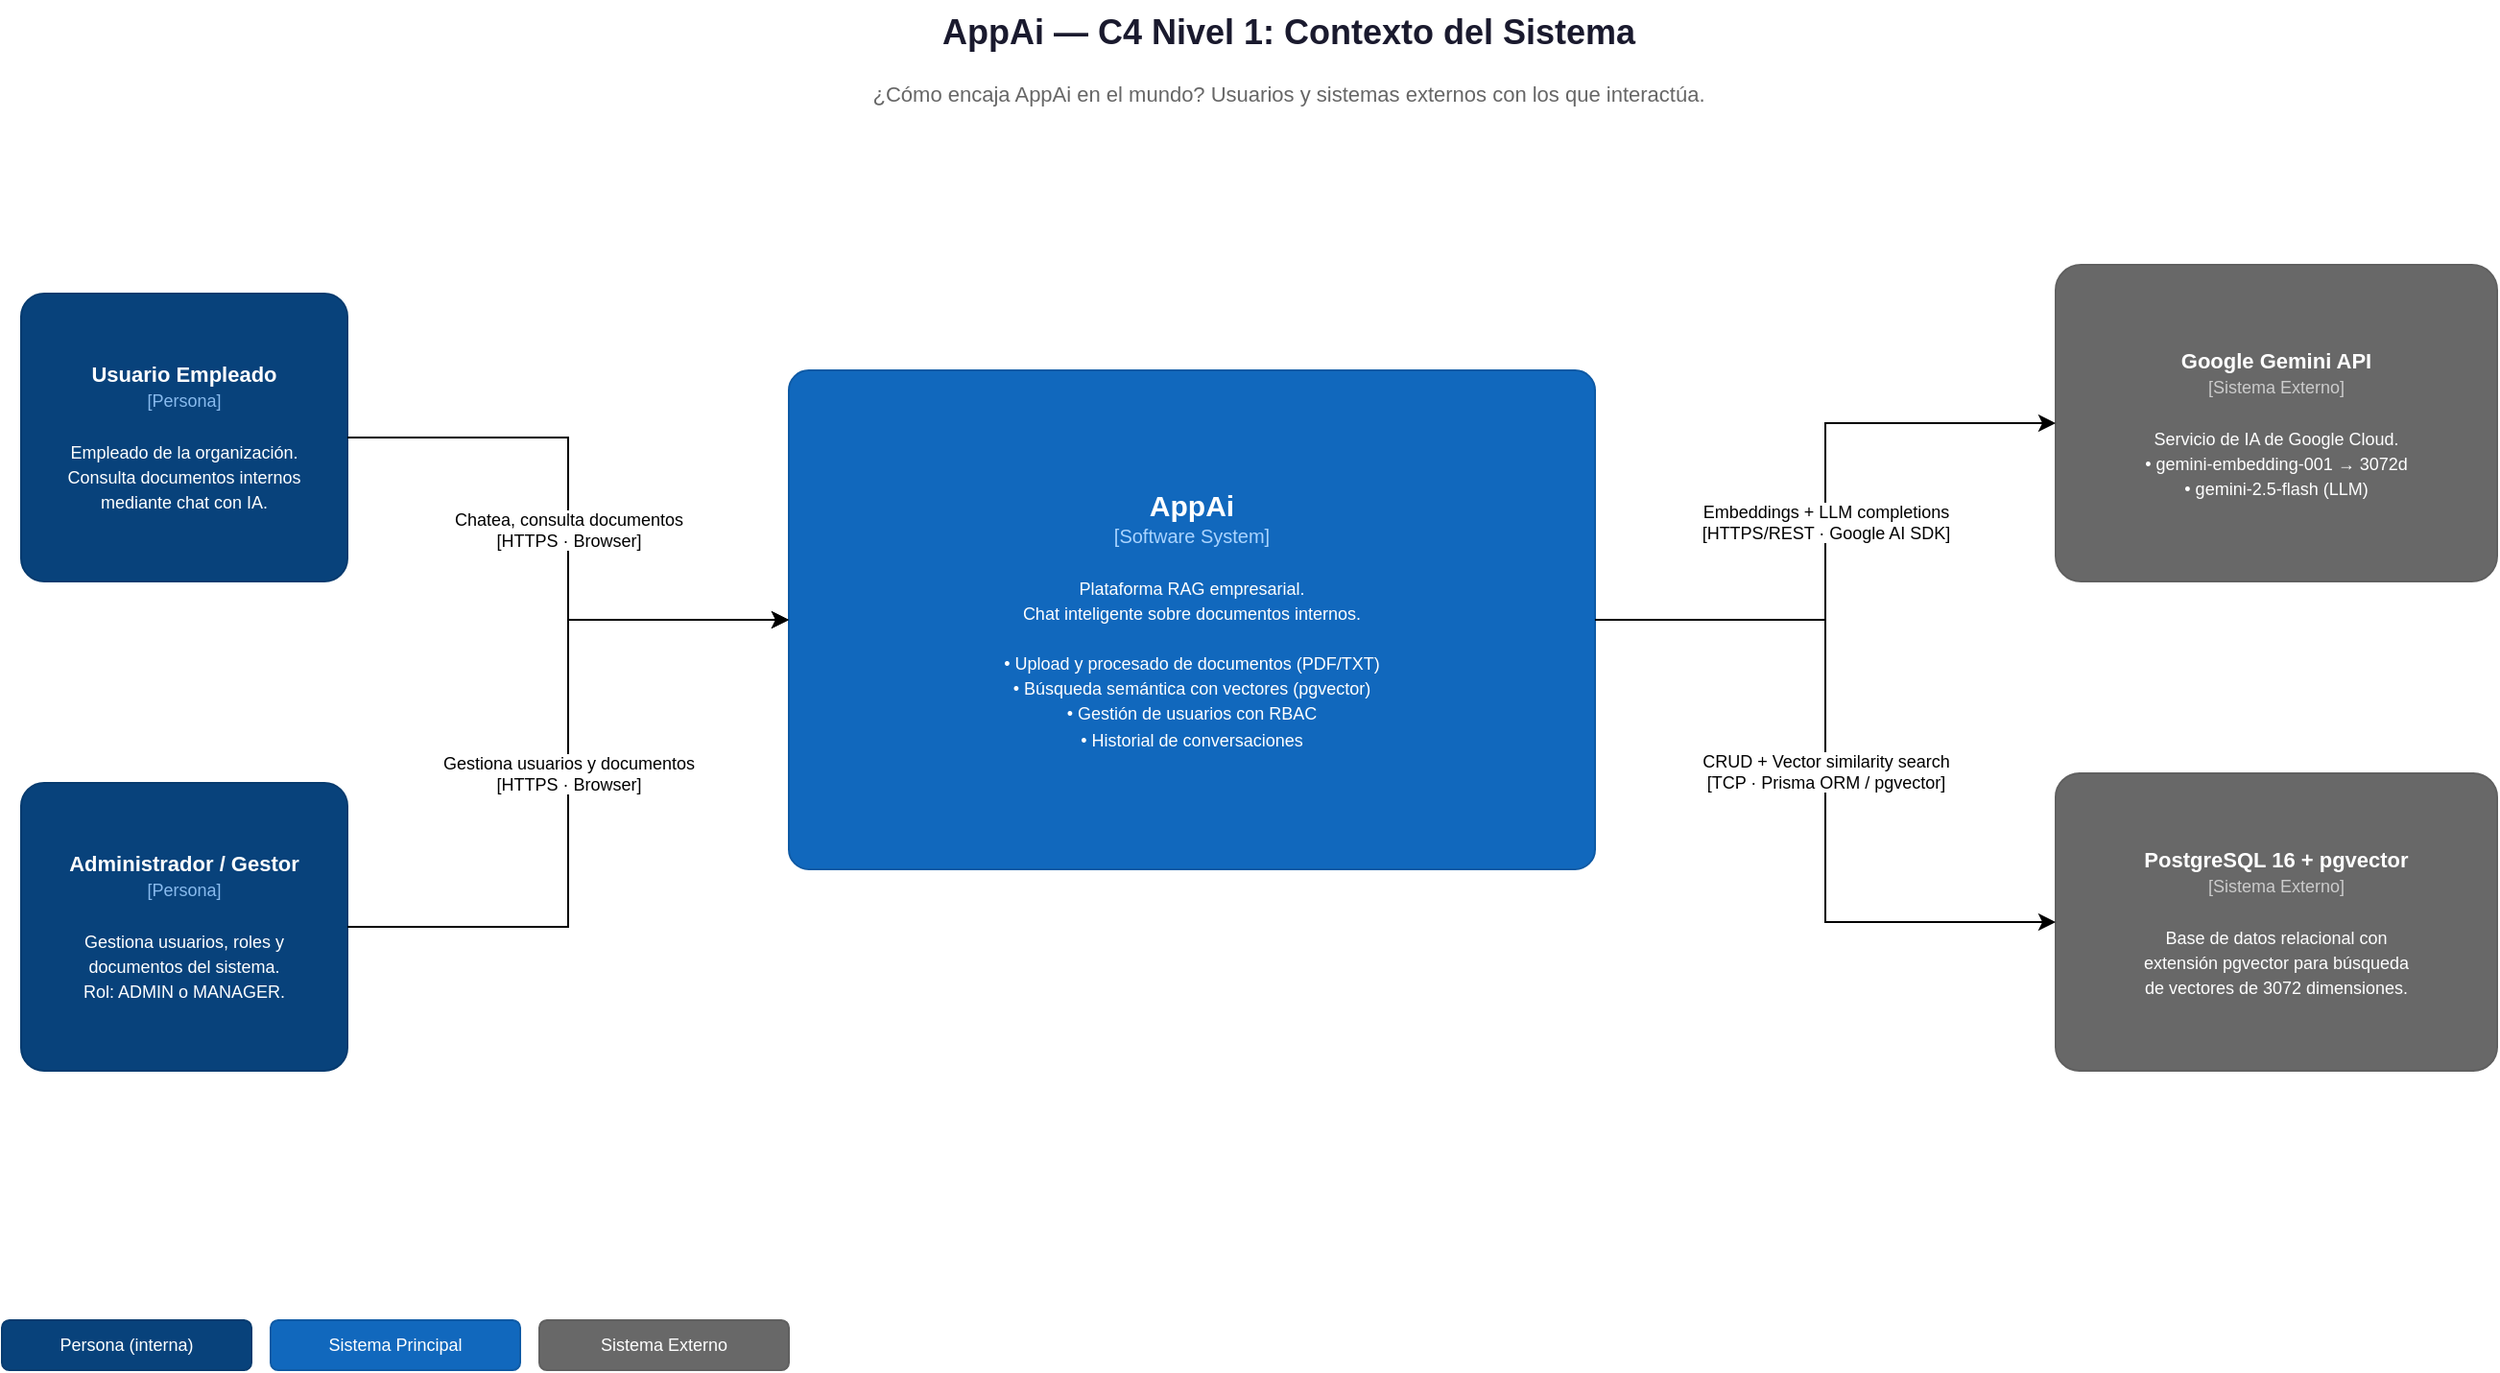
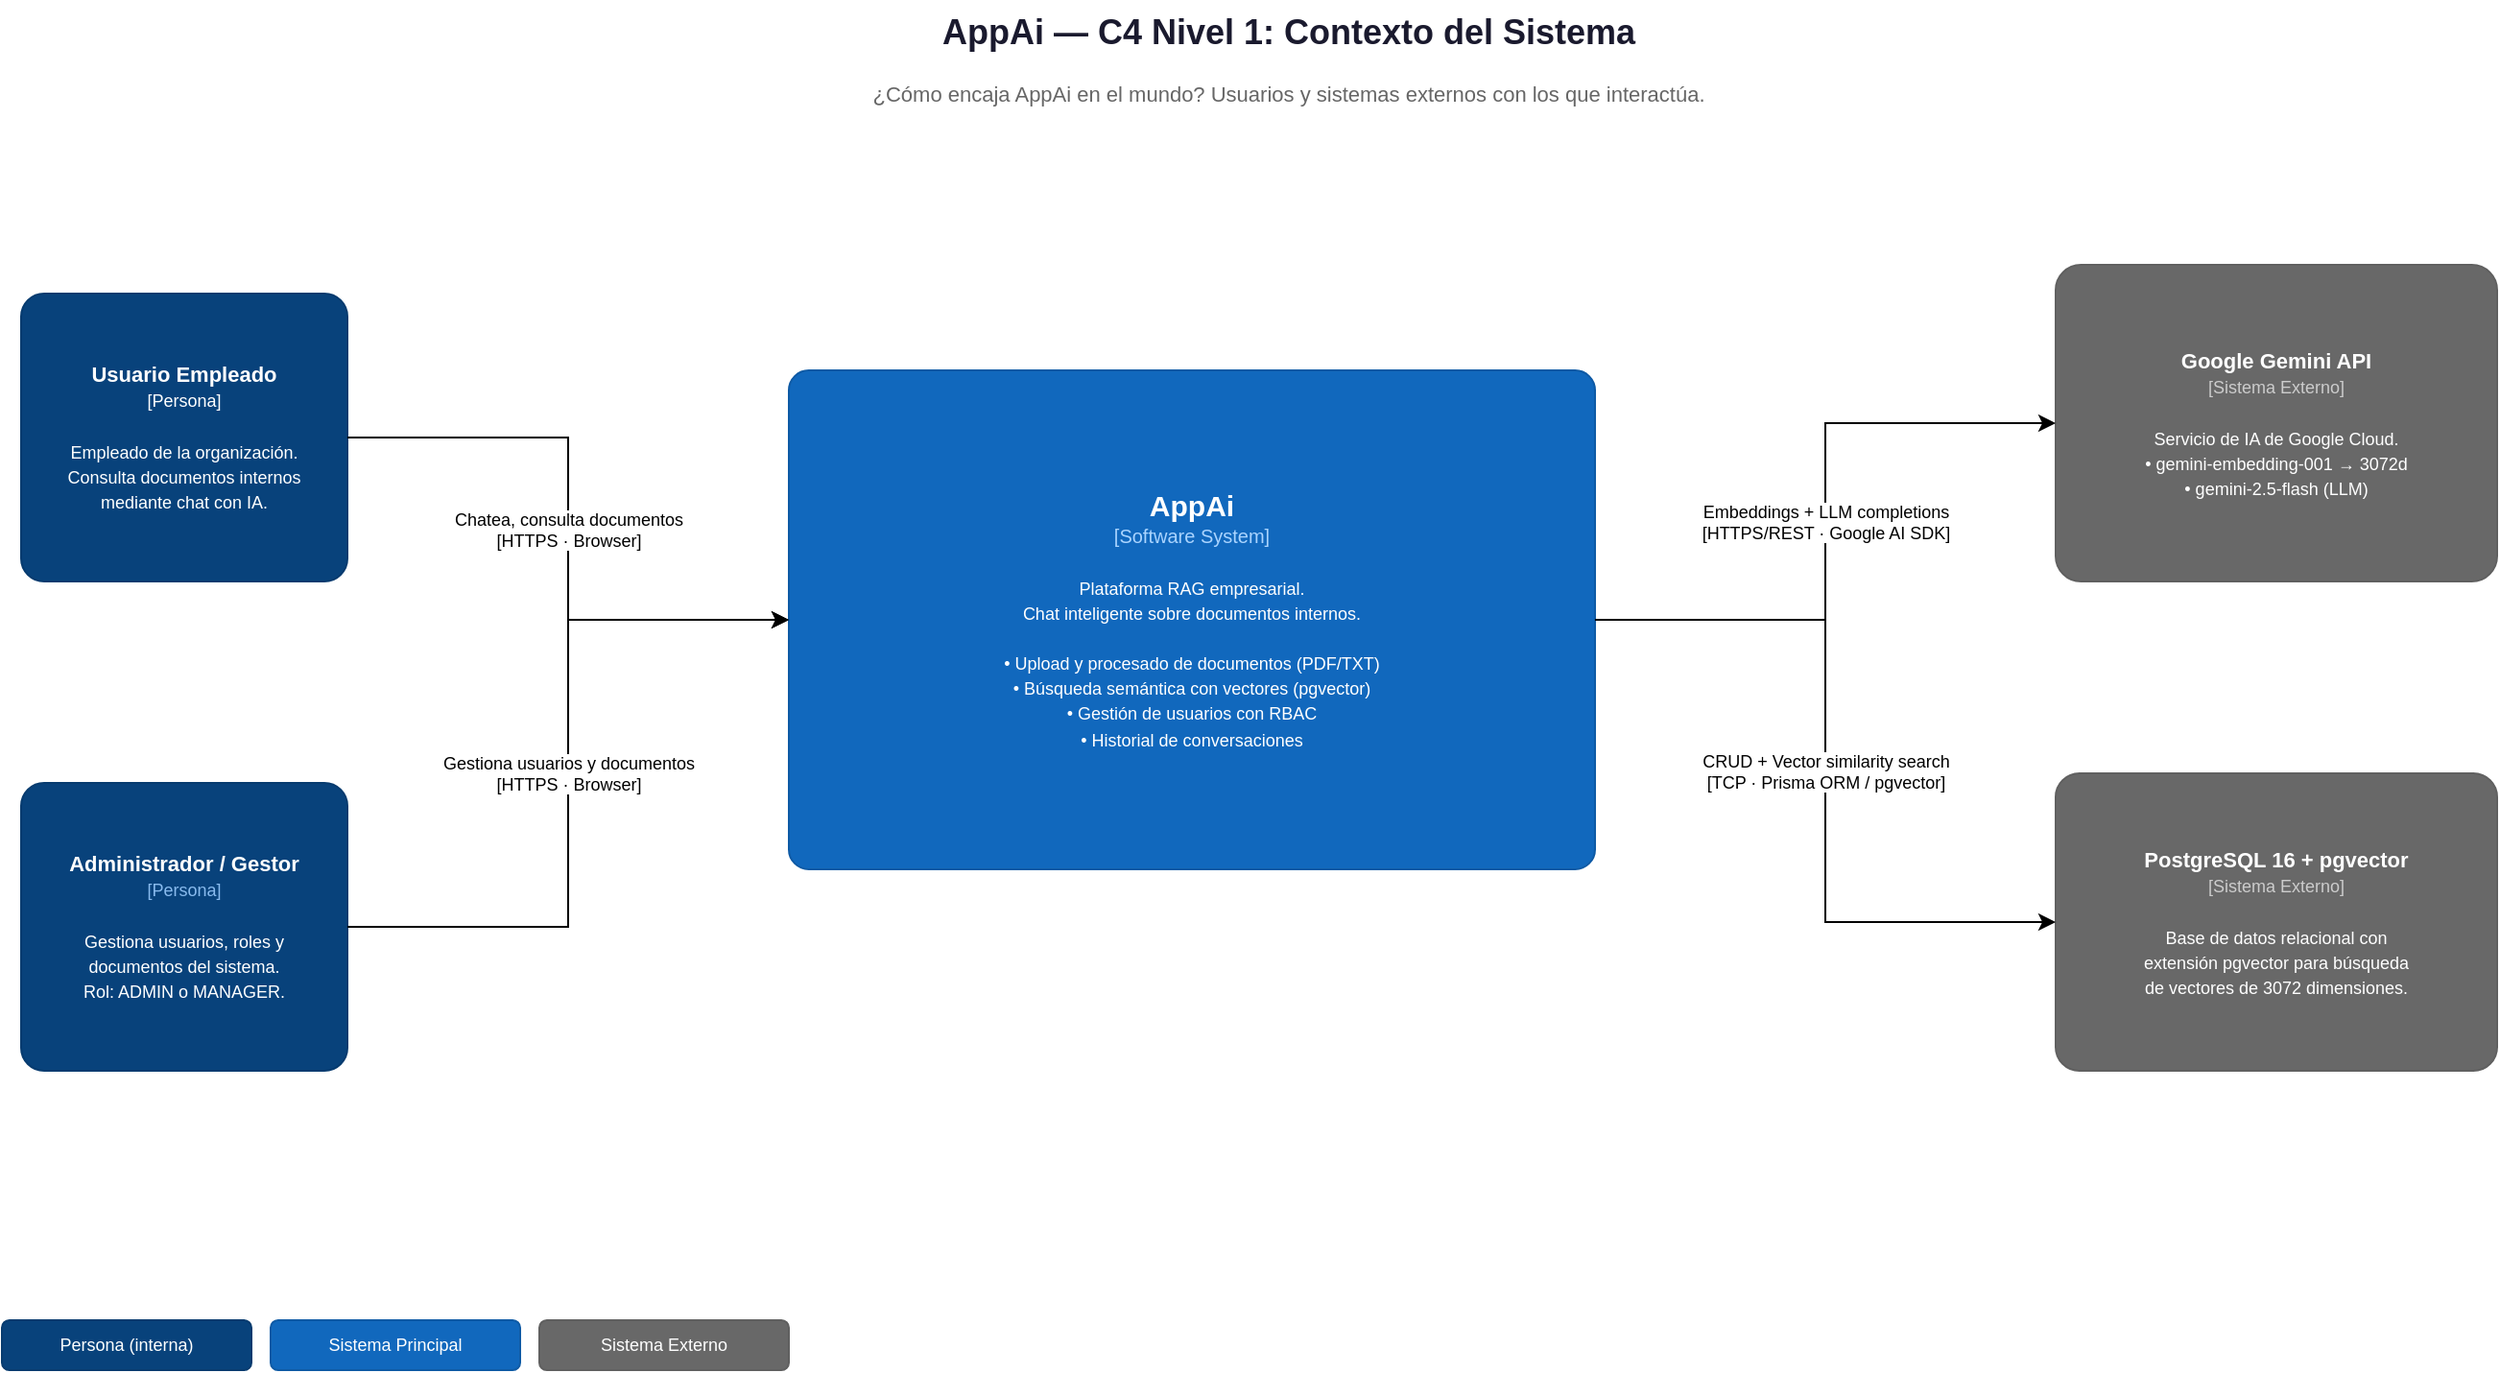
<mxfile host="65bd71144e">
    <diagram id="c4_ctx" name="1 - C4 Contexto">
-         <mxGraphModel dx="702" dy="571" grid="0" gridSize="10" guides="1" tooltips="1" connect="1" arrows="1" fold="1" page="1" pageScale="1" pageWidth="1400" pageHeight="750" math="0" shadow="0">
+         <mxGraphModel dx="1358" dy="672" grid="0" gridSize="10" guides="1" tooltips="1" connect="1" arrows="1" fold="1" page="1" pageScale="1" pageWidth="1400" pageHeight="750" math="0" shadow="0">
            <root>
                <mxCell id="0"/>
                <mxCell id="1" parent="0"/>
                <mxCell id="ctx_title" value="AppAi — C4 Nivel 1: Contexto del Sistema" style="text;html=1;strokeColor=none;fillColor=none;align=center;fontStyle=1;fontSize=18;fontColor=#1a1a2e;" parent="1" vertex="1">
                    <mxGeometry x="100" y="12" width="1200" height="35" as="geometry"/>
                </mxCell>
                <mxCell id="ctx_sub" value="¿Cómo encaja AppAi en el mundo? Usuarios y sistemas externos con los que interactúa." style="text;html=1;strokeColor=none;fillColor=none;align=center;fontSize=11;fontColor=#666666;" parent="1" vertex="1">
                    <mxGeometry x="100" y="48" width="1200" height="20" as="geometry"/>
                </mxCell>
                <mxCell id="ctx_leg1" value="Persona (interna)" style="rounded=1;whiteSpace=wrap;html=1;fillColor=#08427B;strokeColor=#073B6F;fontColor=#ffffff;fontSize=9;" parent="1" vertex="1">
                    <mxGeometry x="30" y="700" width="130" height="26" as="geometry"/>
                </mxCell>
                <mxCell id="ctx_leg2" value="Sistema Principal" style="rounded=1;whiteSpace=wrap;html=1;fillColor=#1168BD;strokeColor=#0E5AA5;fontColor=#ffffff;fontSize=9;" parent="1" vertex="1">
                    <mxGeometry x="170" y="700" width="130" height="26" as="geometry"/>
                </mxCell>
                <mxCell id="ctx_leg3" value="Sistema Externo" style="rounded=1;whiteSpace=wrap;html=1;fillColor=#686868;strokeColor=#606060;fontColor=#ffffff;fontSize=9;" parent="1" vertex="1">
                    <mxGeometry x="310" y="700" width="130" height="26" as="geometry"/>
                </mxCell>
-                 <mxCell id="ctx_emp" value="&lt;b&gt;Usuario Empleado&lt;/b&gt;&lt;br/&gt;&lt;font color=&quot;#89BBEE&quot; style=&quot;font-size:9px&quot;&gt;[Persona]&lt;/font&gt;&lt;br/&gt;&lt;br/&gt;&lt;font style=&quot;font-size:9px&quot;&gt;Empleado de la organización.&lt;br/&gt;Consulta documentos internos&lt;br/&gt;mediante chat con IA.&lt;/font&gt;" style="rounded=1;whiteSpace=wrap;html=1;fillColor=#08427B;strokeColor=#073B6F;fontColor=#ffffff;fontSize=11;arcSize=8;" parent="1" vertex="1">
+                 <mxCell id="ctx_emp" value="&lt;font style=&quot;color: rgb(255, 255, 255);&quot;&gt;&lt;b&gt;Usuario Empleado&lt;/b&gt;&lt;br&gt;&lt;font style=&quot;font-size: 9px;&quot;&gt;[Persona]&lt;/font&gt;&lt;br&gt;&lt;br&gt;&lt;font style=&quot;font-size:9px&quot;&gt;Empleado de la organización.&lt;br&gt;Consulta documentos internos&lt;br&gt;mediante chat con IA.&lt;/font&gt;&lt;/font&gt;" style="rounded=1;whiteSpace=wrap;html=1;fillColor=#08427B;strokeColor=#073B6F;fontColor=#ffffff;fontSize=11;arcSize=8;" parent="1" vertex="1">
                    <mxGeometry x="40" y="165" width="170" height="150" as="geometry"/>
                </mxCell>
                <mxCell id="ctx_adm" value="&lt;b&gt;Administrador / Gestor&lt;/b&gt;&lt;br/&gt;&lt;font color=&quot;#89BBEE&quot; style=&quot;font-size:9px&quot;&gt;[Persona]&lt;/font&gt;&lt;br/&gt;&lt;br/&gt;&lt;font style=&quot;font-size:9px&quot;&gt;Gestiona usuarios, roles y&lt;br/&gt;documentos del sistema.&lt;br/&gt;Rol: ADMIN o MANAGER.&lt;/font&gt;" style="rounded=1;whiteSpace=wrap;html=1;fillColor=#08427B;strokeColor=#073B6F;fontColor=#ffffff;fontSize=11;arcSize=8;" parent="1" vertex="1">
                    <mxGeometry x="40" y="420" width="170" height="150" as="geometry"/>
                </mxCell>
                <mxCell id="ctx_appai" value="&lt;b style=&quot;font-size:15px&quot;&gt;AppAi&lt;/b&gt;&lt;br/&gt;&lt;font color=&quot;#AAD4FF&quot; style=&quot;font-size:10px&quot;&gt;[Software System]&lt;/font&gt;&lt;br/&gt;&lt;br/&gt;&lt;font style=&quot;font-size:9px&quot;&gt;Plataforma RAG empresarial.&lt;br/&gt;Chat inteligente sobre documentos internos.&lt;br/&gt;&lt;br/&gt;• Upload y procesado de documentos (PDF/TXT)&lt;br/&gt;• Búsqueda semántica con vectores (pgvector)&lt;br/&gt;• Gestión de usuarios con RBAC&lt;br/&gt;• Historial de conversaciones&lt;/font&gt;" style="rounded=1;whiteSpace=wrap;html=1;fillColor=#1168BD;strokeColor=#0E5AA5;fontColor=#ffffff;fontSize=11;arcSize=4;" parent="1" vertex="1">
                    <mxGeometry x="440" y="205" width="420" height="260" as="geometry"/>
                </mxCell>
                <mxCell id="ctx_gem" value="&lt;b&gt;Google Gemini API&lt;/b&gt;&lt;br/&gt;&lt;font color=&quot;#cccccc&quot; style=&quot;font-size:9px&quot;&gt;[Sistema Externo]&lt;/font&gt;&lt;br/&gt;&lt;br/&gt;&lt;font style=&quot;font-size:9px&quot;&gt;Servicio de IA de Google Cloud.&lt;br/&gt;• gemini-embedding-001 → 3072d&lt;br/&gt;• gemini-2.5-flash (LLM)&lt;/font&gt;" style="rounded=1;whiteSpace=wrap;html=1;fillColor=#686868;strokeColor=#606060;fontColor=#ffffff;fontSize=11;arcSize=8;" parent="1" vertex="1">
                    <mxGeometry x="1100" y="150" width="230" height="165" as="geometry"/>
                </mxCell>
                <mxCell id="ctx_pg" value="&lt;b&gt;PostgreSQL 16 + pgvector&lt;/b&gt;&lt;br/&gt;&lt;font color=&quot;#cccccc&quot; style=&quot;font-size:9px&quot;&gt;[Sistema Externo]&lt;/font&gt;&lt;br/&gt;&lt;br/&gt;&lt;font style=&quot;font-size:9px&quot;&gt;Base de datos relacional con&lt;br/&gt;extensión pgvector para búsqueda&lt;br/&gt;de vectores de 3072 dimensiones.&lt;/font&gt;" style="rounded=1;whiteSpace=wrap;html=1;fillColor=#686868;strokeColor=#606060;fontColor=#ffffff;fontSize=11;arcSize=8;" parent="1" vertex="1">
                    <mxGeometry x="1100" y="415" width="230" height="155" as="geometry"/>
                </mxCell>
                <mxCell id="ctx_r1" value="&lt;font style=&quot;font-size:9px&quot;&gt;Chatea, consulta documentos&lt;br/&gt;[HTTPS · Browser]&lt;/font&gt;" style="edgeStyle=orthogonalEdgeStyle;rounded=0;html=1;fontSize=9;" parent="1" source="ctx_emp" target="ctx_appai" edge="1">
                    <mxGeometry relative="1" as="geometry"/>
                </mxCell>
                <mxCell id="ctx_r2" value="&lt;font style=&quot;font-size:9px&quot;&gt;Gestiona usuarios y documentos&lt;br/&gt;[HTTPS · Browser]&lt;/font&gt;" style="edgeStyle=orthogonalEdgeStyle;rounded=0;html=1;fontSize=9;" parent="1" source="ctx_adm" target="ctx_appai" edge="1">
                    <mxGeometry relative="1" as="geometry"/>
                </mxCell>
                <mxCell id="ctx_r3" value="&lt;font style=&quot;font-size:9px&quot;&gt;Embeddings + LLM completions&lt;br/&gt;[HTTPS/REST · Google AI SDK]&lt;/font&gt;" style="edgeStyle=orthogonalEdgeStyle;rounded=0;html=1;fontSize=9;" parent="1" source="ctx_appai" target="ctx_gem" edge="1">
                    <mxGeometry relative="1" as="geometry"/>
                </mxCell>
                <mxCell id="ctx_r4" value="&lt;font style=&quot;font-size:9px&quot;&gt;CRUD + Vector similarity search&lt;br/&gt;[TCP · Prisma ORM / pgvector]&lt;/font&gt;" style="edgeStyle=orthogonalEdgeStyle;rounded=0;html=1;fontSize=9;" parent="1" source="ctx_appai" target="ctx_pg" edge="1">
                    <mxGeometry relative="1" as="geometry"/>
                </mxCell>
            </root>
        </mxGraphModel>
    </diagram>
    <diagram id="c4_ctr" name="2 - C4 Contenedores">
-         <mxGraphModel dx="702" dy="571" grid="0" gridSize="10" guides="1" tooltips="1" connect="1" arrows="1" fold="1" page="1" pageScale="1" pageWidth="1700" pageHeight="950" math="0" shadow="0">
+         <mxGraphModel dx="1154" dy="571" grid="0" gridSize="10" guides="1" tooltips="1" connect="1" arrows="1" fold="1" page="1" pageScale="1" pageWidth="1700" pageHeight="950" math="0" shadow="0">
            <root>
                <mxCell id="0"/>
                <mxCell id="1" parent="0"/>
                <mxCell id="ctr_title" value="AppAi — C4 Nivel 2: Contenedores" style="text;html=1;strokeColor=none;fillColor=none;align=center;fontStyle=1;fontSize=18;fontColor=#1a1a2e;" parent="1" vertex="1">
                    <mxGeometry x="100" y="12" width="1500" height="35" as="geometry"/>
                </mxCell>
                <mxCell id="ctr_sub" value="¿Qué aplicaciones y servicios componen AppAi y cómo se comunican?" style="text;html=1;strokeColor=none;fillColor=none;align=center;fontSize=11;fontColor=#666666;" parent="1" vertex="1">
                    <mxGeometry x="100" y="48" width="1500" height="20" as="geometry"/>
                </mxCell>
                <mxCell id="ctr_leg1" value="Persona" style="rounded=1;whiteSpace=wrap;html=1;fillColor=#08427B;strokeColor=#073B6F;fontColor=#ffffff;fontSize=9;" parent="1" vertex="1">
                    <mxGeometry x="30" y="904" width="100" height="24" as="geometry"/>
                </mxCell>
                <mxCell id="ctr_leg2" value="Contenedor" style="rounded=1;whiteSpace=wrap;html=1;fillColor=#438DD5;strokeColor=#3880C3;fontColor=#ffffff;fontSize=9;" parent="1" vertex="1">
                    <mxGeometry x="140" y="904" width="100" height="24" as="geometry"/>
                </mxCell>
                <mxCell id="ctr_leg3" value="Base de Datos" style="shape=cylinder3;whiteSpace=wrap;html=1;fillColor=#438DD5;strokeColor=#3880C3;fontColor=#ffffff;fontSize=9;" parent="1" vertex="1">
                    <mxGeometry x="250" y="900" width="110" height="32" as="geometry"/>
                </mxCell>
                <mxCell id="ctr_leg4" value="Sistema Externo" style="rounded=1;whiteSpace=wrap;html=1;fillColor=#686868;strokeColor=#606060;fontColor=#ffffff;fontSize=9;" parent="1" vertex="1">
                    <mxGeometry x="370" y="904" width="120" height="24" as="geometry"/>
                </mxCell>
                <mxCell id="ctr_emp" value="&lt;b&gt;Usuario Empleado&lt;/b&gt;&lt;br/&gt;&lt;font color=&quot;#89BBEE&quot; style=&quot;font-size:9px&quot;&gt;[Persona]&lt;/font&gt;&lt;br/&gt;&lt;br/&gt;&lt;font style=&quot;font-size:9px&quot;&gt;Consulta documentos&lt;br/&gt;mediante chat IA&lt;/font&gt;" style="rounded=1;whiteSpace=wrap;html=1;fillColor=#08427B;strokeColor=#073B6F;fontColor=#ffffff;fontSize=11;arcSize=8;" parent="1" vertex="1">
                    <mxGeometry x="25" y="175" width="160" height="130" as="geometry"/>
                </mxCell>
                <mxCell id="ctr_adm" value="&lt;b&gt;Administrador&lt;/b&gt;&lt;br/&gt;&lt;font color=&quot;#89BBEE&quot; style=&quot;font-size:9px&quot;&gt;[Persona]&lt;/font&gt;&lt;br/&gt;&lt;br/&gt;&lt;font style=&quot;font-size:9px&quot;&gt;Gestiona usuarios&lt;br/&gt;y documentos&lt;/font&gt;" style="rounded=1;whiteSpace=wrap;html=1;fillColor=#08427B;strokeColor=#073B6F;fontColor=#ffffff;fontSize=11;arcSize=8;" parent="1" vertex="1">
                    <mxGeometry x="25" y="450" width="160" height="130" as="geometry"/>
                </mxCell>
                <mxCell id="ctr_boundary" value="AppAi [Software System]" style="rounded=1;whiteSpace=wrap;html=1;fillColor=none;strokeColor=#1168BD;strokeWidth=2;strokeDasharray=8,4;fontSize=13;fontStyle=1;fontColor=#1168BD;verticalAlign=top;" parent="1" vertex="1">
                    <mxGeometry x="215" y="68" width="1120" height="820" as="geometry"/>
                </mxCell>
                <mxCell id="ctr_react" value="&lt;b&gt;React SPA&lt;/b&gt;&lt;br/&gt;&lt;font color=&quot;#cce5ff&quot; style=&quot;font-size:9px&quot;&gt;[Contenedor: Aplicación Web]&lt;/font&gt;&lt;br/&gt;&lt;br/&gt;&lt;font style=&quot;font-size:9px&quot;&gt;React 19 + Vite 7 + CSS Modules&lt;br/&gt;React Router 7 · AuthContext (JWT)&lt;br/&gt;Páginas: Chat · Docs · Users · Profile&lt;/font&gt;" style="rounded=1;whiteSpace=wrap;html=1;fillColor=#438DD5;strokeColor=#3880C3;fontColor=#ffffff;fontSize=11;arcSize=6;" parent="1" vertex="1">
                    <mxGeometry x="265" y="125" width="270" height="155" as="geometry"/>
                </mxCell>
                <mxCell id="ctr_api" value="&lt;b&gt;Fastify REST API&lt;/b&gt;&lt;br/&gt;&lt;font color=&quot;#cce5ff&quot; style=&quot;font-size:9px&quot;&gt;[Contenedor: API Application]&lt;/font&gt;&lt;br/&gt;&lt;br/&gt;&lt;font style=&quot;font-size:9px&quot;&gt;Fastify 5 + TypeScript + Node.js&lt;br/&gt;Clean Architecture (4 capas)&lt;br/&gt;JWT Auth + RBAC · Prisma 6&lt;br/&gt;LangChain + Google AI SDK&lt;/font&gt;" style="rounded=1;whiteSpace=wrap;html=1;fillColor=#438DD5;strokeColor=#3880C3;fontColor=#ffffff;fontSize=11;arcSize=6;" parent="1" vertex="1">
                    <mxGeometry x="630" y="360" width="280" height="165" as="geometry"/>
                </mxCell>
                <mxCell id="ctr_db" value="&lt;b&gt;PostgreSQL 16 + pgvector&lt;/b&gt;&lt;br/&gt;&lt;font color=&quot;#cce5ff&quot; style=&quot;font-size:9px&quot;&gt;[Contenedor: Base de Datos]&lt;/font&gt;&lt;br/&gt;&lt;br/&gt;&lt;font style=&quot;font-size:9px&quot;&gt;12 modelos · Docker (puerto 5432)&lt;br/&gt;Vectores embeddings 3072d&lt;br/&gt;pgAdmin para administración&lt;/font&gt;" style="shape=cylinder3;whiteSpace=wrap;html=1;fillColor=#438DD5;strokeColor=#3880C3;fontColor=#ffffff;fontSize=10;" parent="1" vertex="1">
                    <mxGeometry x="580" y="630" width="260" height="190" as="geometry"/>
                </mxCell>
                <mxCell id="ctr_fs" value="&lt;b&gt;FileSystem Storage&lt;/b&gt;&lt;br/&gt;&lt;font color=&quot;#cce5ff&quot; style=&quot;font-size:9px&quot;&gt;[Contenedor: Almacenamiento Local]&lt;/font&gt;&lt;br/&gt;&lt;br/&gt;&lt;font style=&quot;font-size:9px&quot;&gt;Archivos PDF/TXT subidos por usuarios&lt;br/&gt;backend/storage/documents/&lt;br/&gt;Node.js fs module&lt;/font&gt;" style="rounded=1;whiteSpace=wrap;html=1;fillColor=#438DD5;strokeColor=#3880C3;fontColor=#ffffff;fontSize=11;arcSize=6;" parent="1" vertex="1">
                    <mxGeometry x="940" y="640" width="260" height="150" as="geometry"/>
                </mxCell>
                <mxCell id="ctr_gem" value="&lt;b&gt;Google Gemini API&lt;/b&gt;&lt;br/&gt;&lt;font color=&quot;#cccccc&quot; style=&quot;font-size:9px&quot;&gt;[Sistema Externo]&lt;/font&gt;&lt;br/&gt;&lt;br/&gt;&lt;font style=&quot;font-size:9px&quot;&gt;gemini-embedding-001 (3072d)&lt;br/&gt;gemini-2.5-flash (LLM)&lt;/font&gt;" style="rounded=1;whiteSpace=wrap;html=1;fillColor=#686868;strokeColor=#606060;fontColor=#ffffff;fontSize=11;arcSize=8;" parent="1" vertex="1">
                    <mxGeometry x="1460" y="360" width="210" height="155" as="geometry"/>
                </mxCell>
                <mxCell id="ctr_r1" value="&lt;font style=&quot;font-size:9px&quot;&gt;Navega, chatea, gestiona&lt;br/&gt;[HTTPS · Browser]&lt;/font&gt;" style="edgeStyle=orthogonalEdgeStyle;rounded=0;html=1;fontSize=9;" parent="1" source="ctr_emp" target="ctr_react" edge="1">
                    <mxGeometry relative="1" as="geometry"/>
                </mxCell>
                <mxCell id="ctr_r2" value="&lt;font style=&quot;font-size:9px&quot;&gt;Administra usuarios/docs&lt;br/&gt;[HTTPS · Browser]&lt;/font&gt;" style="edgeStyle=orthogonalEdgeStyle;rounded=0;html=1;fontSize=9;" parent="1" source="ctr_adm" target="ctr_react" edge="1">
                    <mxGeometry relative="1" as="geometry"/>
                </mxCell>
                <mxCell id="ctr_r3" value="&lt;font style=&quot;font-size:9px&quot;&gt;API calls JSON + Bearer JWT&lt;br/&gt;[HTTPS · fetch/apiClient.ts]&lt;/font&gt;" style="edgeStyle=orthogonalEdgeStyle;rounded=0;html=1;fontSize=9;" parent="1" source="ctr_react" target="ctr_api" edge="1">
                    <mxGeometry relative="1" as="geometry"/>
                </mxCell>
                <mxCell id="ctr_r4" value="&lt;font style=&quot;font-size:9px&quot;&gt;Lee/Escribe datos + vectores&lt;br/&gt;[TCP · Prisma ORM / pgvector]&lt;/font&gt;" style="edgeStyle=orthogonalEdgeStyle;rounded=0;html=1;fontSize=9;" parent="1" source="ctr_api" target="ctr_db" edge="1">
                    <mxGeometry relative="1" as="geometry"/>
                </mxCell>
                <mxCell id="ctr_r5" value="&lt;font style=&quot;font-size:9px&quot;&gt;Guarda/Lee/Borra archivos&lt;br/&gt;[Node.js fs module]&lt;/font&gt;" style="edgeStyle=orthogonalEdgeStyle;rounded=0;html=1;fontSize=9;" parent="1" source="ctr_api" target="ctr_fs" edge="1">
                    <mxGeometry relative="1" as="geometry"/>
                </mxCell>
                <mxCell id="ctr_r6" value="&lt;font style=&quot;font-size:9px&quot;&gt;Embeddings + LLM completions&lt;br/&gt;[HTTPS/REST · Google AI SDK]&lt;/font&gt;" style="edgeStyle=orthogonalEdgeStyle;rounded=0;html=1;fontSize=9;" parent="1" source="ctr_api" target="ctr_gem" edge="1">
                    <mxGeometry relative="1" as="geometry"/>
                </mxCell>
            </root>
        </mxGraphModel>
    </diagram>
    <diagram id="c4_cmp" name="3 - C4 Componentes (Backend)">
        <mxGraphModel dx="702" dy="571" grid="0" gridSize="10" guides="1" tooltips="1" connect="1" arrows="1" fold="1" page="1" pageScale="1" pageWidth="2100" pageHeight="1250" math="0" shadow="0">
            <root>
                <mxCell id="0"/>
                <mxCell id="1" parent="0"/>
                <mxCell id="cmp_title" value="AppAi — C4 Nivel 3: Componentes (Fastify REST API)" style="text;html=1;strokeColor=none;fillColor=none;align=center;fontStyle=1;fontSize=18;fontColor=#1a1a2e;" parent="1" vertex="1">
                    <mxGeometry x="100" y="12" width="1900" height="35" as="geometry"/>
                </mxCell>
                <mxCell id="cmp_sub" value="Clean Architecture — Interfaces → Application → Domain ← Infrastructure. Las flechas indican dependencias." style="text;html=1;strokeColor=none;fillColor=none;align=center;fontSize=11;fontColor=#666666;" parent="1" vertex="1">
                    <mxGeometry x="100" y="48" width="1900" height="20" as="geometry"/>
                </mxCell>
                <mxCell id="cmp_lay_iface" value="&lt;b&gt;INTERFACES&lt;/b&gt;  /src/interfaces/" style="rounded=1;whiteSpace=wrap;html=1;fillColor=#dae8fc;strokeColor=#6c8ebf;strokeWidth=2;fontSize=12;fontStyle=1;fontColor=#1a1a2e;verticalAlign=top;arcSize=2;" parent="1" vertex="1">
                    <mxGeometry x="30" y="80" width="390" height="1060" as="geometry"/>
                </mxCell>
                <mxCell id="cmp_routes" value="&lt;b&gt;Routes / DI Wiring&lt;/b&gt;&lt;br/&gt;&lt;font color=&quot;#555&quot; style=&quot;font-size:9px&quot;&gt;[Componente]&lt;/font&gt;&lt;br/&gt;&lt;br/&gt;&lt;font style=&quot;font-size:9px&quot;&gt;routes/index.ts&lt;br/&gt;Único punto de inyección manual&lt;br/&gt;de dependencias (wiring)&lt;/font&gt;" style="rounded=1;whiteSpace=wrap;html=1;fillColor=#85BBF0;strokeColor=#5A9DD5;fontColor=#000000;fontSize=10;arcSize=6;" parent="1" vertex="1">
                    <mxGeometry x="60" y="130" width="330" height="110" as="geometry"/>
                </mxCell>
                <mxCell id="cmp_authmw" value="&lt;b&gt;AuthMiddleware&lt;/b&gt;&lt;br/&gt;&lt;font color=&quot;#555&quot; style=&quot;font-size:9px&quot;&gt;[Componente]&lt;/font&gt;&lt;br/&gt;&lt;font style=&quot;font-size:9px&quot;&gt;Verifica JWT Bearer&lt;br/&gt;→ request.user&lt;/font&gt;" style="rounded=1;whiteSpace=wrap;html=1;fillColor=#85BBF0;strokeColor=#5A9DD5;fontColor=#000000;fontSize=10;arcSize=6;" parent="1" vertex="1">
                    <mxGeometry x="60" y="270" width="155" height="100" as="geometry"/>
                </mxCell>
                <mxCell id="cmp_roleguard" value="&lt;b&gt;RoleGuard&lt;/b&gt;&lt;br/&gt;&lt;font color=&quot;#555&quot; style=&quot;font-size:9px&quot;&gt;[Componente]&lt;/font&gt;&lt;br/&gt;&lt;font style=&quot;font-size:9px&quot;&gt;Middleware RBAC factory&lt;br/&gt;valida roles vs PERMISSIONS&lt;/font&gt;" style="rounded=1;whiteSpace=wrap;html=1;fillColor=#85BBF0;strokeColor=#5A9DD5;fontColor=#000000;fontSize=10;arcSize=6;" parent="1" vertex="1">
                    <mxGeometry x="235" y="270" width="155" height="100" as="geometry"/>
                </mxCell>
                <mxCell id="cmp_loginctrl" value="&lt;b&gt;LoginController&lt;/b&gt;&lt;br/&gt;&lt;font color=&quot;#555&quot; style=&quot;font-size:9px&quot;&gt;[Componente]&lt;/font&gt;&lt;br/&gt;&lt;font style=&quot;font-size:9px&quot;&gt;POST /api/auth/login&lt;/font&gt;" style="rounded=1;whiteSpace=wrap;html=1;fillColor=#85BBF0;strokeColor=#5A9DD5;fontColor=#000000;fontSize=10;arcSize=6;" parent="1" vertex="1">
                    <mxGeometry x="60" y="400" width="155" height="90" as="geometry"/>
                </mxCell>
                <mxCell id="cmp_userctrl" value="&lt;b&gt;UserController&lt;/b&gt;&lt;br/&gt;&lt;font color=&quot;#555&quot; style=&quot;font-size:9px&quot;&gt;[Componente]&lt;/font&gt;&lt;br/&gt;&lt;font style=&quot;font-size:9px&quot;&gt;GET/POST/PUT/DELETE&lt;br/&gt;/api/users&lt;/font&gt;" style="rounded=1;whiteSpace=wrap;html=1;fillColor=#85BBF0;strokeColor=#5A9DD5;fontColor=#000000;fontSize=10;arcSize=6;" parent="1" vertex="1">
                    <mxGeometry x="235" y="400" width="155" height="90" as="geometry"/>
                </mxCell>
                <mxCell id="cmp_chatctrl" value="&lt;b&gt;ChatController&lt;/b&gt;&lt;br/&gt;&lt;font color=&quot;#555&quot; style=&quot;font-size:9px&quot;&gt;[Componente]&lt;/font&gt;&lt;br/&gt;&lt;font style=&quot;font-size:9px&quot;&gt;POST /api/chat&lt;br/&gt;GET/DELETE /conversations&lt;/font&gt;" style="rounded=1;whiteSpace=wrap;html=1;fillColor=#85BBF0;strokeColor=#5A9DD5;fontColor=#000000;fontSize=10;arcSize=6;" parent="1" vertex="1">
                    <mxGeometry x="60" y="520" width="155" height="100" as="geometry"/>
                </mxCell>
                <mxCell id="cmp_docctrl" value="&lt;b&gt;Document Controllers&lt;/b&gt;&lt;br/&gt;&lt;font color=&quot;#555&quot; style=&quot;font-size:9px&quot;&gt;[Componente]&lt;/font&gt;&lt;br/&gt;&lt;font style=&quot;font-size:9px&quot;&gt;Upload / List / Delete&lt;br/&gt;Download · /api/documents&lt;/font&gt;" style="rounded=1;whiteSpace=wrap;html=1;fillColor=#85BBF0;strokeColor=#5A9DD5;fontColor=#000000;fontSize=10;arcSize=6;" parent="1" vertex="1">
                    <mxGeometry x="235" y="520" width="155" height="100" as="geometry"/>
                </mxCell>
                <mxCell id="cmp_aictrl" value="&lt;b&gt;AIController&lt;/b&gt;&lt;br/&gt;&lt;font color=&quot;#555&quot; style=&quot;font-size:9px&quot;&gt;[Componente]&lt;/font&gt;&lt;br/&gt;&lt;font style=&quot;font-size:9px&quot;&gt;POST /api/ai/process-document&lt;br/&gt;POST /api/ai/ask&lt;/font&gt;" style="rounded=1;whiteSpace=wrap;html=1;fillColor=#85BBF0;strokeColor=#5A9DD5;fontColor=#000000;fontSize=10;arcSize=6;" parent="1" vertex="1">
                    <mxGeometry x="145" y="650" width="160" height="100" as="geometry"/>
                </mxCell>
                <mxCell id="cmp_lay_app" value="&lt;b&gt;APPLICATION&lt;/b&gt;  /src/application/" style="rounded=1;whiteSpace=wrap;html=1;fillColor=#d5e8d4;strokeColor=#82b366;strokeWidth=2;fontSize=12;fontStyle=1;fontColor=#1a1a2e;verticalAlign=top;arcSize=2;" parent="1" vertex="1">
                    <mxGeometry x="450" y="80" width="390" height="1060" as="geometry"/>
                </mxCell>
                <mxCell id="cmp_perms" value="&lt;b&gt;RBAC Permissions&lt;/b&gt;&lt;br/&gt;&lt;font color=&quot;#555&quot; style=&quot;font-size:9px&quot;&gt;[Componente]&lt;/font&gt;&lt;br/&gt;&lt;br/&gt;&lt;font style=&quot;font-size:9px&quot;&gt;permissions.ts&lt;br/&gt;Mapeo Rol → Permisos&lt;br/&gt;USER | MANAGER | ADMIN&lt;/font&gt;" style="rounded=1;whiteSpace=wrap;html=1;fillColor=#82b366;strokeColor=#5f8a4a;fontColor=#ffffff;fontSize=10;arcSize=6;" parent="1" vertex="1">
                    <mxGeometry x="480" y="130" width="330" height="100" as="geometry"/>
                </mxCell>
                <mxCell id="cmp_uc_auth" value="&lt;b&gt;Auth Use Cases&lt;/b&gt;&lt;br/&gt;&lt;font color=&quot;#555&quot; style=&quot;font-size:9px&quot;&gt;[Componente]&lt;/font&gt;&lt;br/&gt;&lt;br/&gt;&lt;font style=&quot;font-size:9px&quot;&gt;LoginUserUseCase&lt;/font&gt;" style="rounded=1;whiteSpace=wrap;html=1;fillColor=#d5e8d4;strokeColor=#82b366;fontColor=#000000;fontSize=10;arcSize=6;strokeWidth=2;" parent="1" vertex="1">
                    <mxGeometry x="480" y="260" width="330" height="90" as="geometry"/>
                </mxCell>
                <mxCell id="cmp_uc_users" value="&lt;b&gt;User Use Cases&lt;/b&gt;&lt;br/&gt;&lt;font color=&quot;#555&quot; style=&quot;font-size:9px&quot;&gt;[Componente]&lt;/font&gt;&lt;br/&gt;&lt;br/&gt;&lt;font style=&quot;font-size:9px&quot;&gt;CreateUserUseCase&lt;br/&gt;DeleteUserUseCase&lt;br/&gt;ListUsersUseCase · UpdateUserUseCase&lt;/font&gt;" style="rounded=1;whiteSpace=wrap;html=1;fillColor=#d5e8d4;strokeColor=#82b366;fontColor=#000000;fontSize=10;arcSize=6;strokeWidth=2;" parent="1" vertex="1">
                    <mxGeometry x="480" y="375" width="330" height="115" as="geometry"/>
                </mxCell>
                <mxCell id="cmp_uc_chat" value="&lt;b&gt;Chat Use Cases&lt;/b&gt;&lt;br/&gt;&lt;font color=&quot;#555&quot; style=&quot;font-size:9px&quot;&gt;[Componente]&lt;/font&gt;&lt;br/&gt;&lt;br/&gt;&lt;font style=&quot;font-size:9px&quot;&gt;SendPromptToAIUseCase&lt;br/&gt;ListConversationsUseCase&lt;br/&gt;DeleteConversationUseCase&lt;/font&gt;" style="rounded=1;whiteSpace=wrap;html=1;fillColor=#d5e8d4;strokeColor=#82b366;fontColor=#000000;fontSize=10;arcSize=6;strokeWidth=2;" parent="1" vertex="1">
                    <mxGeometry x="480" y="515" width="330" height="115" as="geometry"/>
                </mxCell>
                <mxCell id="cmp_uc_docs" value="&lt;b&gt;Document Use Cases&lt;/b&gt;&lt;br/&gt;&lt;font color=&quot;#555&quot; style=&quot;font-size:9px&quot;&gt;[Componente]&lt;/font&gt;&lt;br/&gt;&lt;br/&gt;&lt;font style=&quot;font-size:9px&quot;&gt;UploadDocumentUseCase&lt;br/&gt;ListDocumentsUseCase&lt;br/&gt;DeleteDocumentUseCase · DownloadDocumentUseCase&lt;/font&gt;" style="rounded=1;whiteSpace=wrap;html=1;fillColor=#d5e8d4;strokeColor=#82b366;fontColor=#000000;fontSize=10;arcSize=6;strokeWidth=2;" parent="1" vertex="1">
                    <mxGeometry x="480" y="655" width="330" height="115" as="geometry"/>
                </mxCell>
                <mxCell id="cmp_uc_ai" value="&lt;b&gt;AI Use Cases&lt;/b&gt;&lt;br/&gt;&lt;font color=&quot;#555&quot; style=&quot;font-size:9px&quot;&gt;[Componente]&lt;/font&gt;&lt;br/&gt;&lt;br/&gt;&lt;font style=&quot;font-size:9px&quot;&gt;ProcessDocumentForAIUseCase&lt;br/&gt;AskAIQuestionUseCase&lt;/font&gt;" style="rounded=1;whiteSpace=wrap;html=1;fillColor=#d5e8d4;strokeColor=#82b366;fontColor=#000000;fontSize=10;arcSize=6;strokeWidth=2;" parent="1" vertex="1">
                    <mxGeometry x="480" y="795" width="330" height="100" as="geometry"/>
                </mxCell>
                <mxCell id="cmp_lay_dom" value="&lt;b&gt;DOMAIN&lt;/b&gt;  /src/domain/" style="rounded=1;whiteSpace=wrap;html=1;fillColor=#e1d5e7;strokeColor=#9673a6;strokeWidth=2;fontSize=12;fontStyle=1;fontColor=#1a1a2e;verticalAlign=top;arcSize=2;" parent="1" vertex="1">
                    <mxGeometry x="870" y="200" width="370" height="770" as="geometry"/>
                </mxCell>
                <mxCell id="cmp_entities" value="&lt;b&gt;Domain Entities&lt;/b&gt;&lt;br/&gt;&lt;font color=&quot;#555&quot; style=&quot;font-size:9px&quot;&gt;[Componente — núcleo puro]&lt;/font&gt;&lt;br/&gt;&lt;br/&gt;&lt;font style=&quot;font-size:9px&quot;&gt;User · Document · Conversation&lt;br/&gt;Prompt · AIResponse · DocumentChunk&lt;br/&gt;Sin dependencias externas&lt;/font&gt;" style="rounded=1;whiteSpace=wrap;html=1;fillColor=#e1d5e7;strokeColor=#9673a6;fontColor=#000000;fontSize=10;arcSize=6;strokeWidth=2;" parent="1" vertex="1">
                    <mxGeometry x="900" y="260" width="310" height="130" as="geometry"/>
                </mxCell>
                <mxCell id="cmp_repo_iface" value="&lt;b&gt;Repository Interfaces&lt;/b&gt;&lt;br/&gt;&lt;font color=&quot;#555&quot; style=&quot;font-size:9px&quot;&gt;[Componente — contratos]&lt;/font&gt;&lt;br/&gt;&lt;br/&gt;&lt;font style=&quot;font-size:9px&quot;&gt;UserRepository&lt;br/&gt;DocumentRepository&lt;br/&gt;ConversationRepository&lt;br/&gt;VectorRepository&lt;/font&gt;" style="rounded=1;whiteSpace=wrap;html=1;fillColor=#e1d5e7;strokeColor=#9673a6;fontColor=#000000;fontSize=10;arcSize=6;strokeWidth=2;" parent="1" vertex="1">
                    <mxGeometry x="900" y="420" width="310" height="140" as="geometry"/>
                </mxCell>
                <mxCell id="cmp_svc_iface" value="&lt;b&gt;Service Interfaces&lt;/b&gt;&lt;br/&gt;&lt;font color=&quot;#555&quot; style=&quot;font-size:9px&quot;&gt;[Componente — contratos]&lt;/font&gt;&lt;br/&gt;&lt;br/&gt;&lt;font style=&quot;font-size:9px&quot;&gt;AuthProvider · AIProvider&lt;br/&gt;EmbeddingService · ChunkingService&lt;br/&gt;VectorSearchService · AIService&lt;/font&gt;" style="rounded=1;whiteSpace=wrap;html=1;fillColor=#e1d5e7;strokeColor=#9673a6;fontColor=#000000;fontSize=10;arcSize=6;strokeWidth=2;" parent="1" vertex="1">
                    <mxGeometry x="900" y="590" width="310" height="140" as="geometry"/>
                </mxCell>
                <mxCell id="cmp_lay_infra" value="&lt;b&gt;INFRASTRUCTURE&lt;/b&gt;  /src/infrastructure/ + /src/modules/ai/" style="rounded=1;whiteSpace=wrap;html=1;fillColor=#fff2cc;strokeColor=#d6b656;strokeWidth=2;fontSize=12;fontStyle=1;fontColor=#1a1a2e;verticalAlign=top;arcSize=2;" parent="1" vertex="1">
                    <mxGeometry x="1270" y="80" width="390" height="1060" as="geometry"/>
                </mxCell>
                <mxCell id="cmp_prisma" value="&lt;b&gt;Prisma Repositories&lt;/b&gt;&lt;br/&gt;&lt;font color=&quot;#555&quot; style=&quot;font-size:9px&quot;&gt;[Componente — implementaciones]&lt;/font&gt;&lt;br/&gt;&lt;br/&gt;&lt;font style=&quot;font-size:9px&quot;&gt;PrismaUserRepository&lt;br/&gt;PrismaDocumentRepository&lt;br/&gt;PrismaConversationRepository&lt;br/&gt;PrismaRoleRepository · PrismaAuthRepository&lt;/font&gt;" style="rounded=1;whiteSpace=wrap;html=1;fillColor=#fff2cc;strokeColor=#d6b656;fontColor=#000000;fontSize=10;arcSize=6;strokeWidth=2;" parent="1" vertex="1">
                    <mxGeometry x="1300" y="130" width="330" height="145" as="geometry"/>
                </mxCell>
                <mxCell id="cmp_security" value="&lt;b&gt;Security Services&lt;/b&gt;&lt;br/&gt;&lt;font color=&quot;#555&quot; style=&quot;font-size:9px&quot;&gt;[Componente]&lt;/font&gt;&lt;br/&gt;&lt;br/&gt;&lt;font style=&quot;font-size:9px&quot;&gt;JwtService (jsonwebtoken)&lt;br/&gt;PasswordHasher (bcrypt 10r)&lt;br/&gt;DatabaseAuthProvider&lt;/font&gt;" style="rounded=1;whiteSpace=wrap;html=1;fillColor=#fff2cc;strokeColor=#d6b656;fontColor=#000000;fontSize=10;arcSize=6;strokeWidth=2;" parent="1" vertex="1">
                    <mxGeometry x="1300" y="300" width="330" height="120" as="geometry"/>
                </mxCell>
                <mxCell id="cmp_filestorage" value="&lt;b&gt;FileStorageService&lt;/b&gt;&lt;br/&gt;&lt;font color=&quot;#555&quot; style=&quot;font-size:9px&quot;&gt;[Componente]&lt;/font&gt;&lt;br/&gt;&lt;br/&gt;&lt;font style=&quot;font-size:9px&quot;&gt;Guarda/Lee/Elimina archivos&lt;br/&gt;backend/storage/documents/&lt;/font&gt;" style="rounded=1;whiteSpace=wrap;html=1;fillColor=#fff2cc;strokeColor=#d6b656;fontColor=#000000;fontSize=10;arcSize=6;strokeWidth=2;" parent="1" vertex="1">
                    <mxGeometry x="1300" y="445" width="330" height="110" as="geometry"/>
                </mxCell>
                <mxCell id="cmp_gememb" value="&lt;b&gt;GeminiEmbeddingService&lt;/b&gt;&lt;br/&gt;&lt;font color=&quot;#555&quot; style=&quot;font-size:9px&quot;&gt;[Componente — LangChain + Google AI]&lt;/font&gt;&lt;br/&gt;&lt;br/&gt;&lt;font style=&quot;font-size:9px&quot;&gt;gemini-embedding-001&lt;br/&gt;Genera vectores 3072d&lt;/font&gt;" style="rounded=1;whiteSpace=wrap;html=1;fillColor=#fff2cc;strokeColor=#d6b656;fontColor=#000000;fontSize=10;arcSize=6;strokeWidth=2;" parent="1" vertex="1">
                    <mxGeometry x="1300" y="580" width="330" height="110" as="geometry"/>
                </mxCell>
                <mxCell id="cmp_gemaì" value="&lt;b&gt;GeminiAIService&lt;/b&gt;&lt;br/&gt;&lt;font color=&quot;#555&quot; style=&quot;font-size:9px&quot;&gt;[Componente — Google AI SDK]&lt;/font&gt;&lt;br/&gt;&lt;br/&gt;&lt;font style=&quot;font-size:9px&quot;&gt;gemini-2.5-flash&lt;br/&gt;Genera respuestas con contexto RAG&lt;/font&gt;" style="rounded=1;whiteSpace=wrap;html=1;fillColor=#fff2cc;strokeColor=#d6b656;fontColor=#000000;fontSize=10;arcSize=6;strokeWidth=2;" parent="1" vertex="1">
                    <mxGeometry x="1300" y="715" width="330" height="110" as="geometry"/>
                </mxCell>
                <mxCell id="cmp_chunk" value="&lt;b&gt;RecursiveChunkingService&lt;/b&gt;&lt;br/&gt;&lt;font color=&quot;#555&quot; style=&quot;font-size:9px&quot;&gt;[Componente — LangChain]&lt;/font&gt;&lt;br/&gt;&lt;br/&gt;&lt;font style=&quot;font-size:9px&quot;&gt;RecursiveCharacterTextSplitter&lt;br/&gt;chunkSize=1000 · overlap=200&lt;/font&gt;" style="rounded=1;whiteSpace=wrap;html=1;fillColor=#fff2cc;strokeColor=#d6b656;fontColor=#000000;fontSize=10;arcSize=6;strokeWidth=2;" parent="1" vertex="1">
                    <mxGeometry x="1300" y="850" width="330" height="110" as="geometry"/>
                </mxCell>
                <mxCell id="cmp_pgvec" value="&lt;b&gt;PGVectorSearchService&lt;/b&gt;&lt;br/&gt;&lt;font color=&quot;#555&quot; style=&quot;font-size:9px&quot;&gt;[Componente — pgvector]&lt;/font&gt;&lt;br/&gt;&lt;br/&gt;&lt;font style=&quot;font-size:9px&quot;&gt;Cosine similarity search&lt;br/&gt;SELECT ... ORDER BY embedding &lt;=&gt; query_vec LIMIT 5&lt;/font&gt;" style="rounded=1;whiteSpace=wrap;html=1;fillColor=#fff2cc;strokeColor=#d6b656;fontColor=#000000;fontSize=10;arcSize=6;strokeWidth=2;" parent="1" vertex="1">
                    <mxGeometry x="1300" y="985" width="330" height="110" as="geometry"/>
                </mxCell>
                <mxCell id="cmp_ext_pg" value="&lt;b&gt;PostgreSQL 16 + pgvector&lt;/b&gt;&lt;br/&gt;&lt;font color=&quot;#cccccc&quot; style=&quot;font-size:9px&quot;&gt;[Sistema Externo]&lt;/font&gt;" style="shape=cylinder3;whiteSpace=wrap;html=1;fillColor=#686868;strokeColor=#606060;fontColor=#ffffff;fontSize=10;" parent="1" vertex="1">
                    <mxGeometry x="1730" y="250" width="220" height="140" as="geometry"/>
                </mxCell>
                <mxCell id="cmp_ext_fs" value="&lt;b&gt;FileSystem&lt;/b&gt;&lt;br/&gt;&lt;font color=&quot;#cccccc&quot; style=&quot;font-size:9px&quot;&gt;[Sistema Externo]&lt;/font&gt;&lt;br/&gt;&lt;font style=&quot;font-size:9px&quot;&gt;/storage/documents/&lt;/font&gt;" style="rounded=1;whiteSpace=wrap;html=1;fillColor=#686868;strokeColor=#606060;fontColor=#ffffff;fontSize=10;" parent="1" vertex="1">
                    <mxGeometry x="1730" y="445" width="220" height="110" as="geometry"/>
                </mxCell>
                <mxCell id="cmp_ext_gem" value="&lt;b&gt;Google Gemini API&lt;/b&gt;&lt;br/&gt;&lt;font color=&quot;#cccccc&quot; style=&quot;font-size:9px&quot;&gt;[Sistema Externo]&lt;/font&gt;" style="rounded=1;whiteSpace=wrap;html=1;fillColor=#686868;strokeColor=#606060;fontColor=#ffffff;fontSize=10;" parent="1" vertex="1">
                    <mxGeometry x="1730" y="700" width="220" height="110" as="geometry"/>
                </mxCell>
                <mxCell id="cmp_r_ia" value="&lt;font style=&quot;font-size:9px&quot;&gt;llama use cases&lt;/font&gt;" style="edgeStyle=orthogonalEdgeStyle;rounded=0;html=1;fontSize=9;dashed=0;exitX=1;exitY=0.5;exitDx=0;exitDy=0;entryX=0;entryY=0.5;entryDx=0;entryDy=0;" parent="1" source="cmp_lay_iface" target="cmp_lay_app" edge="1">
                    <mxGeometry relative="1" as="geometry"/>
                </mxCell>
                <mxCell id="cmp_r_ad" value="&lt;font style=&quot;font-size:9px&quot;&gt;usa interfaces&lt;/font&gt;" style="edgeStyle=orthogonalEdgeStyle;rounded=0;html=1;fontSize=9;dashed=0;exitX=1;exitY=0.5;exitDx=0;exitDy=0;entryX=0;entryY=0.5;entryDx=0;entryDy=0;" parent="1" source="cmp_lay_app" target="cmp_lay_dom" edge="1">
                    <mxGeometry relative="1" as="geometry"/>
                </mxCell>
                <mxCell id="cmp_r_infrad" value="&lt;font style=&quot;font-size:9px&quot;&gt;implementa interfaces&lt;/font&gt;" style="edgeStyle=orthogonalEdgeStyle;rounded=0;html=1;fontSize=9;dashed=1;exitX=0;exitY=0.5;exitDx=0;exitDy=0;entryX=1;entryY=0.5;entryDx=0;entryDy=0;" parent="1" source="cmp_lay_infra" target="cmp_lay_dom" edge="1">
                    <mxGeometry relative="1" as="geometry"/>
                </mxCell>
                <mxCell id="cmp_r_ri" value="&lt;font style=&quot;font-size:9px&quot;&gt;inyecta dependencias (DI)&lt;/font&gt;" style="edgeStyle=orthogonalEdgeStyle;rounded=0;html=1;fontSize=9;dashed=1;strokeColor=#888888;" parent="1" source="cmp_routes" target="cmp_lay_infra" edge="1">
                    <mxGeometry relative="1" as="geometry"/>
                </mxCell>
                <mxCell id="cmp_r_prismapg" value="&lt;font style=&quot;font-size:9px&quot;&gt;Prisma ORM&lt;/font&gt;" style="edgeStyle=orthogonalEdgeStyle;rounded=0;html=1;fontSize=9;" parent="1" source="cmp_prisma" target="cmp_ext_pg" edge="1">
                    <mxGeometry relative="1" as="geometry"/>
                </mxCell>
                <mxCell id="cmp_r_fsext" value="&lt;font style=&quot;font-size:9px&quot;&gt;Node.js fs&lt;/font&gt;" style="edgeStyle=orthogonalEdgeStyle;rounded=0;html=1;fontSize=9;" parent="1" source="cmp_filestorage" target="cmp_ext_fs" edge="1">
                    <mxGeometry relative="1" as="geometry"/>
                </mxCell>
                <mxCell id="cmp_r_gemext" value="&lt;font style=&quot;font-size:9px&quot;&gt;Google AI SDK · HTTPS&lt;/font&gt;" style="edgeStyle=orthogonalEdgeStyle;rounded=0;html=1;fontSize=9;" parent="1" source="cmp_gememb" target="cmp_ext_gem" edge="1">
                    <mxGeometry relative="1" as="geometry"/>
                </mxCell>
                <mxCell id="cmp_r_gemext2" value="&lt;font style=&quot;font-size:9px&quot;&gt;Google AI SDK · HTTPS&lt;/font&gt;" style="edgeStyle=orthogonalEdgeStyle;rounded=0;html=1;fontSize=9;" parent="1" source="cmp_gemaì" target="cmp_ext_gem" edge="1">
                    <mxGeometry relative="1" as="geometry"/>
                </mxCell>
                <mxCell id="cmp_r_pgvecpg" value="&lt;font style=&quot;font-size:9px&quot;&gt;pgvector SQL&lt;/font&gt;" style="edgeStyle=orthogonalEdgeStyle;rounded=0;html=1;fontSize=9;" parent="1" source="cmp_pgvec" target="cmp_ext_pg" edge="1">
                    <mxGeometry relative="1" as="geometry"/>
                </mxCell>
            </root>
        </mxGraphModel>
    </diagram>
    <diagram id="c4_ai" name="4 - C4 Componentes (AI / Pipeline RAG)">
-         <mxGraphModel dx="702" dy="571" grid="0" gridSize="10" guides="1" tooltips="1" connect="1" arrows="1" fold="1" page="1" pageScale="1" pageWidth="1800" pageHeight="1000" math="0" shadow="0">
+         <mxGraphModel dx="1154" dy="571" grid="0" gridSize="10" guides="1" tooltips="1" connect="1" arrows="1" fold="1" page="1" pageScale="1" pageWidth="1800" pageHeight="1000" math="0" shadow="0">
            <root>
                <mxCell id="0"/>
                <mxCell id="1" parent="0"/>
                <mxCell id="ai_title" value="AppAi — C4 Nivel 3: Módulo AI / Pipeline RAG" style="text;html=1;strokeColor=none;fillColor=none;align=center;fontStyle=1;fontSize=18;fontColor=#1a1a2e;" parent="1" vertex="1">
                    <mxGeometry x="100" y="12" width="1600" height="35" as="geometry"/>
                </mxCell>
                <mxCell id="ai_sub" value="Flujo de Ingesta (azul) y Flujo de Consulta RAG (verde). Los números indican el orden de ejecución." style="text;html=1;strokeColor=none;fillColor=none;align=center;fontSize=11;fontColor=#666666;" parent="1" vertex="1">
                    <mxGeometry x="100" y="48" width="1600" height="20" as="geometry"/>
                </mxCell>
                <mxCell id="ai_leg_ing" value="→ Flujo Ingesta (Upload + Procesado)" style="text;html=1;strokeColor=none;fillColor=none;fontSize=10;fontColor=#0E5AA5;fontStyle=1;" parent="1" vertex="1">
                    <mxGeometry x="30" y="945" width="280" height="24" as="geometry"/>
                </mxCell>
                <mxCell id="ai_leg_rag" value="→ Flujo Consulta RAG (Chat)" style="text;html=1;strokeColor=none;fillColor=none;fontSize=10;fontColor=#2d7a27;fontStyle=1;" parent="1" vertex="1">
                    <mxGeometry x="320" y="945" width="240" height="24" as="geometry"/>
                </mxCell>
                <mxCell id="ai_boundary" value="AI Module  /src/modules/ai/" style="rounded=1;whiteSpace=wrap;html=1;fillColor=none;strokeColor=#d6b656;strokeWidth=2;strokeDasharray=8,4;fontSize=13;fontStyle=1;fontColor=#d6b656;verticalAlign=top;" parent="1" vertex="1">
                    <mxGeometry x="200" y="68" width="1130" height="840" as="geometry"/>
                </mxCell>
                <mxCell id="ai_ctrl" value="&lt;b&gt;AIController&lt;/b&gt;&lt;br/&gt;&lt;font color=&quot;#5A9DD5&quot; style=&quot;font-size:9px&quot;&gt;[Componente: Interfaces]&lt;/font&gt;&lt;br/&gt;&lt;br/&gt;&lt;font style=&quot;font-size:9px&quot;&gt;POST /api/ai/process-document → Ingesta&lt;br/&gt;POST /api/ai/ask → Consulta RAG&lt;/font&gt;" style="rounded=1;whiteSpace=wrap;html=1;fillColor=#85BBF0;strokeColor=#5A9DD5;fontColor=#000000;fontSize=10;arcSize=6;" parent="1" vertex="1">
                    <mxGeometry x="250" y="130" width="340" height="110" as="geometry"/>
                </mxCell>
                <mxCell id="ai_uc_proc" value="&lt;b&gt;ProcessDocumentForAIUseCase&lt;/b&gt;&lt;br/&gt;&lt;font color=&quot;#82b366&quot; style=&quot;font-size:9px&quot;&gt;[Componente: Application]&lt;/font&gt;&lt;br/&gt;&lt;br/&gt;&lt;font style=&quot;font-size:9px&quot;&gt;Orquesta la ingesta:&lt;br/&gt;extrae texto → chunking → embedding → almacena&lt;/font&gt;" style="rounded=1;whiteSpace=wrap;html=1;fillColor=#d5e8d4;strokeColor=#82b366;fontColor=#000000;fontSize=10;arcSize=6;strokeWidth=2;" parent="1" vertex="1">
                    <mxGeometry x="250" y="290" width="340" height="115" as="geometry"/>
                </mxCell>
                <mxCell id="ai_uc_ask" value="&lt;b&gt;AskAIQuestionUseCase&lt;/b&gt;&lt;br/&gt;&lt;font color=&quot;#82b366&quot; style=&quot;font-size:9px&quot;&gt;[Componente: Application]&lt;/font&gt;&lt;br/&gt;&lt;br/&gt;&lt;font style=&quot;font-size:9px&quot;&gt;Orquesta la consulta RAG:&lt;br/&gt;embed pregunta → buscar → generar respuesta&lt;/font&gt;" style="rounded=1;whiteSpace=wrap;html=1;fillColor=#d5e8d4;strokeColor=#82b366;fontColor=#000000;fontSize=10;arcSize=6;strokeWidth=2;" parent="1" vertex="1">
                    <mxGeometry x="650" y="290" width="340" height="115" as="geometry"/>
                </mxCell>
                <mxCell id="ai_chunk" value="&lt;b&gt;RecursiveChunkingService&lt;/b&gt;&lt;br/&gt;&lt;font color=&quot;#d6b656&quot; style=&quot;font-size:9px&quot;&gt;[Componente: Infrastructure — LangChain]&lt;/font&gt;&lt;br/&gt;&lt;br/&gt;&lt;font style=&quot;font-size:9px&quot;&gt;RecursiveCharacterTextSplitter&lt;br/&gt;chunkSize=1000 · overlap=200&lt;br/&gt;Genera N chunks por documento&lt;/font&gt;" style="rounded=1;whiteSpace=wrap;html=1;fillColor=#fff2cc;strokeColor=#d6b656;fontColor=#000000;fontSize=10;arcSize=6;strokeWidth=2;" parent="1" vertex="1">
                    <mxGeometry x="250" y="470" width="340" height="125" as="geometry"/>
                </mxCell>
                <mxCell id="ai_emb" value="&lt;b&gt;GeminiEmbeddingService&lt;/b&gt;&lt;br/&gt;&lt;font color=&quot;#d6b656&quot; style=&quot;font-size:9px&quot;&gt;[Componente: Infrastructure — Google AI SDK]&lt;/font&gt;&lt;br/&gt;&lt;br/&gt;&lt;font style=&quot;font-size:9px&quot;&gt;gemini-embedding-001&lt;br/&gt;embedDocuments() → vector[3072] × N chunks&lt;br/&gt;embedQuery() → vector[3072] × 1&lt;/font&gt;" style="rounded=1;whiteSpace=wrap;html=1;fillColor=#fff2cc;strokeColor=#d6b656;fontColor=#000000;fontSize=10;arcSize=6;strokeWidth=2;" parent="1" vertex="1">
                    <mxGeometry x="250" y="660" width="340" height="130" as="geometry"/>
                </mxCell>
                <mxCell id="ai_pgvec" value="&lt;b&gt;PGVectorSearchService&lt;/b&gt;&lt;br/&gt;&lt;font color=&quot;#d6b656&quot; style=&quot;font-size:9px&quot;&gt;[Componente: Infrastructure — pgvector]&lt;/font&gt;&lt;br/&gt;&lt;br/&gt;&lt;font style=&quot;font-size:9px&quot;&gt;storeEmbedding() — almacena chunk + vector&lt;br/&gt;similaritySearch() — cosine similarity&lt;br/&gt;ORDER BY embedding &lt;=&gt; query_vec LIMIT 5&lt;/font&gt;" style="rounded=1;whiteSpace=wrap;html=1;fillColor=#fff2cc;strokeColor=#d6b656;fontColor=#000000;fontSize=10;arcSize=6;strokeWidth=2;" parent="1" vertex="1">
                    <mxGeometry x="650" y="470" width="340" height="130" as="geometry"/>
                </mxCell>
                <mxCell id="ai_llm" value="&lt;b&gt;GeminiAIService&lt;/b&gt;&lt;br/&gt;&lt;font color=&quot;#d6b656&quot; style=&quot;font-size:9px&quot;&gt;[Componente: Infrastructure — Google AI SDK]&lt;/font&gt;&lt;br/&gt;&lt;br/&gt;&lt;font style=&quot;font-size:9px&quot;&gt;gemini-2.5-flash&lt;br/&gt;generateResponse(context + question) → texto&lt;br/&gt;Construye prompt con 5 chunks relevantes&lt;/font&gt;" style="rounded=1;whiteSpace=wrap;html=1;fillColor=#fff2cc;strokeColor=#d6b656;fontColor=#000000;fontSize=10;arcSize=6;strokeWidth=2;" parent="1" vertex="1">
                    <mxGeometry x="650" y="660" width="340" height="130" as="geometry"/>
                </mxCell>
                <mxCell id="ai_ext_gem" value="&lt;b&gt;Google Gemini API&lt;/b&gt;&lt;br/&gt;&lt;font color=&quot;#cccccc&quot; style=&quot;font-size:9px&quot;&gt;[Sistema Externo]&lt;/font&gt;&lt;br/&gt;&lt;font style=&quot;font-size:9px&quot;&gt;HTTPS · Google AI SDK&lt;/font&gt;" style="rounded=1;whiteSpace=wrap;html=1;fillColor=#686868;strokeColor=#606060;fontColor=#ffffff;fontSize=10;" parent="1" vertex="1">
                    <mxGeometry x="1420" y="150" width="220" height="110" as="geometry"/>
                </mxCell>
                <mxCell id="ai_ext_docs" value="&lt;b&gt;documents&lt;/b&gt;&lt;br/&gt;&lt;font color=&quot;#cce5ff&quot; style=&quot;font-size:9px&quot;&gt;[Base de Datos: PostgreSQL]&lt;/font&gt;&lt;br/&gt;&lt;font style=&quot;font-size:9px&quot;&gt;metadata del documento&lt;/font&gt;" style="shape=cylinder3;whiteSpace=wrap;html=1;fillColor=#438DD5;strokeColor=#3880C3;fontColor=#ffffff;fontSize=10;" parent="1" vertex="1">
                    <mxGeometry x="1420" y="350" width="220" height="130" as="geometry"/>
                </mxCell>
                <mxCell id="ai_ext_chunks" value="&lt;b&gt;document_chunks&lt;br/&gt;document_embeddings&lt;/b&gt;&lt;br/&gt;&lt;font color=&quot;#cce5ff&quot; style=&quot;font-size:9px&quot;&gt;[Base de Datos: PostgreSQL + pgvector]&lt;/font&gt;&lt;br/&gt;&lt;font style=&quot;font-size:9px&quot;&gt;texto del chunk + vector(3072)&lt;br/&gt;transacción atómica: chunk + embedding&lt;/font&gt;" style="shape=cylinder3;whiteSpace=wrap;html=1;fillColor=#438DD5;strokeColor=#3880C3;fontColor=#ffffff;fontSize=10;" parent="1" vertex="1">
                    <mxGeometry x="1420" y="580" width="220" height="160" as="geometry"/>
                </mxCell>
                <mxCell id="ai_ext_msgs" value="&lt;b&gt;messages · ai_queries&lt;/b&gt;&lt;br/&gt;&lt;font color=&quot;#cce5ff&quot; style=&quot;font-size:9px&quot;&gt;[Base de Datos: PostgreSQL]&lt;/font&gt;&lt;br/&gt;&lt;font style=&quot;font-size:9px&quot;&gt;historial de chat + logs de consultas&lt;/font&gt;" style="shape=cylinder3;whiteSpace=wrap;html=1;fillColor=#438DD5;strokeColor=#3880C3;fontColor=#ffffff;fontSize=10;" parent="1" vertex="1">
                    <mxGeometry x="1420" y="800" width="220" height="130" as="geometry"/>
                </mxCell>
                <mxCell id="ai_r1" value="&lt;font color=&quot;#0E5AA5&quot; style=&quot;font-size:9px&quot;&gt;① proceso documento&lt;/font&gt;" style="edgeStyle=orthogonalEdgeStyle;rounded=0;html=1;fontSize=9;strokeColor=#0E5AA5;strokeWidth=2;" parent="1" source="ai_ctrl" target="ai_uc_proc" edge="1">
                    <mxGeometry relative="1" as="geometry"/>
                </mxCell>
                <mxCell id="ai_r2" value="&lt;font color=&quot;#0E5AA5&quot; style=&quot;font-size:9px&quot;&gt;② extrae + divide texto&lt;/font&gt;" style="edgeStyle=orthogonalEdgeStyle;rounded=0;html=1;fontSize=9;strokeColor=#0E5AA5;strokeWidth=2;" parent="1" source="ai_uc_proc" target="ai_chunk" edge="1">
                    <mxGeometry relative="1" as="geometry"/>
                </mxCell>
                <mxCell id="ai_r3" value="&lt;font color=&quot;#0E5AA5&quot; style=&quot;font-size:9px&quot;&gt;③ genera embeddings&lt;/font&gt;" style="edgeStyle=orthogonalEdgeStyle;rounded=0;html=1;fontSize=9;strokeColor=#0E5AA5;strokeWidth=2;" parent="1" source="ai_chunk" target="ai_emb" edge="1">
                    <mxGeometry relative="1" as="geometry"/>
                </mxCell>
                <mxCell id="ai_r4" value="&lt;font color=&quot;#0E5AA5&quot; style=&quot;font-size:9px&quot;&gt;embedDocuments() · HTTPS&lt;/font&gt;" style="edgeStyle=orthogonalEdgeStyle;rounded=0;html=1;fontSize=9;strokeColor=#0E5AA5;strokeWidth=2;" parent="1" source="ai_emb" target="ai_ext_gem" edge="1">
                    <mxGeometry relative="1" as="geometry"/>
                </mxCell>
                <mxCell id="ai_r5" value="&lt;font color=&quot;#0E5AA5&quot; style=&quot;font-size:9px&quot;&gt;④ almacena chunks + vectores&lt;/font&gt;" style="edgeStyle=orthogonalEdgeStyle;rounded=0;html=1;fontSize=9;strokeColor=#0E5AA5;strokeWidth=2;" parent="1" source="ai_uc_proc" target="ai_ext_chunks" edge="1">
                    <mxGeometry relative="1" as="geometry">
                        <Array as="points">
                            <mxPoint x="420" y="840"/>
                            <mxPoint x="1530" y="840"/>
                        </Array>
                    </mxGeometry>
                </mxCell>
                <mxCell id="ai_r6" value="&lt;font color=&quot;#2d7a27&quot; style=&quot;font-size:9px&quot;&gt;① pregunta del usuario&lt;/font&gt;" style="edgeStyle=orthogonalEdgeStyle;rounded=0;html=1;fontSize=9;strokeColor=#2d7a27;strokeWidth=2;" parent="1" source="ai_ctrl" target="ai_uc_ask" edge="1">
                    <mxGeometry relative="1" as="geometry"/>
                </mxCell>
                <mxCell id="ai_r7" value="&lt;font color=&quot;#2d7a27&quot; style=&quot;font-size:9px&quot;&gt;② embed pregunta&lt;/font&gt;" style="edgeStyle=orthogonalEdgeStyle;rounded=0;html=1;fontSize=9;strokeColor=#2d7a27;strokeWidth=2;" parent="1" source="ai_uc_ask" target="ai_emb" edge="1">
                    <mxGeometry relative="1" as="geometry"/>
                </mxCell>
                <mxCell id="ai_r8" value="&lt;font color=&quot;#2d7a27&quot; style=&quot;font-size:9px&quot;&gt;③ busca chunks similares&lt;/font&gt;" style="edgeStyle=orthogonalEdgeStyle;rounded=0;html=1;fontSize=9;strokeColor=#2d7a27;strokeWidth=2;" parent="1" source="ai_uc_ask" target="ai_pgvec" edge="1">
                    <mxGeometry relative="1" as="geometry"/>
                </mxCell>
                <mxCell id="ai_r9" value="&lt;font color=&quot;#2d7a27&quot; style=&quot;font-size:9px&quot;&gt;cosine similarity · pgvector&lt;/font&gt;" style="edgeStyle=orthogonalEdgeStyle;rounded=0;html=1;fontSize=9;strokeColor=#2d7a27;strokeWidth=2;" parent="1" source="ai_pgvec" target="ai_ext_chunks" edge="1">
                    <mxGeometry relative="1" as="geometry"/>
                </mxCell>
                <mxCell id="ai_r10" value="&lt;font color=&quot;#2d7a27&quot; style=&quot;font-size:9px&quot;&gt;④ genera respuesta (contexto + pregunta)&lt;/font&gt;" style="edgeStyle=orthogonalEdgeStyle;rounded=0;html=1;fontSize=9;strokeColor=#2d7a27;strokeWidth=2;" parent="1" source="ai_uc_ask" target="ai_llm" edge="1">
                    <mxGeometry relative="1" as="geometry"/>
                </mxCell>
                <mxCell id="ai_r11" value="&lt;font color=&quot;#2d7a27&quot; style=&quot;font-size:9px&quot;&gt;generateContent() · HTTPS&lt;/font&gt;" style="edgeStyle=orthogonalEdgeStyle;rounded=0;html=1;fontSize=9;strokeColor=#2d7a27;strokeWidth=2;" parent="1" source="ai_llm" target="ai_ext_gem" edge="1">
                    <mxGeometry relative="1" as="geometry"/>
                </mxCell>
                <mxCell id="ai_r12" value="&lt;font color=&quot;#2d7a27&quot; style=&quot;font-size:9px&quot;&gt;⑤ guarda mensaje + log&lt;/font&gt;" style="edgeStyle=orthogonalEdgeStyle;rounded=0;html=1;fontSize=9;strokeColor=#2d7a27;strokeWidth=2;" parent="1" source="ai_uc_ask" target="ai_ext_msgs" edge="1">
                    <mxGeometry relative="1" as="geometry">
                        <Array as="points">
                            <mxPoint x="820" y="900"/>
                            <mxPoint x="1530" y="900"/>
                        </Array>
                    </mxGeometry>
                </mxCell>
            </root>
        </mxGraphModel>
    </diagram>
</mxfile>